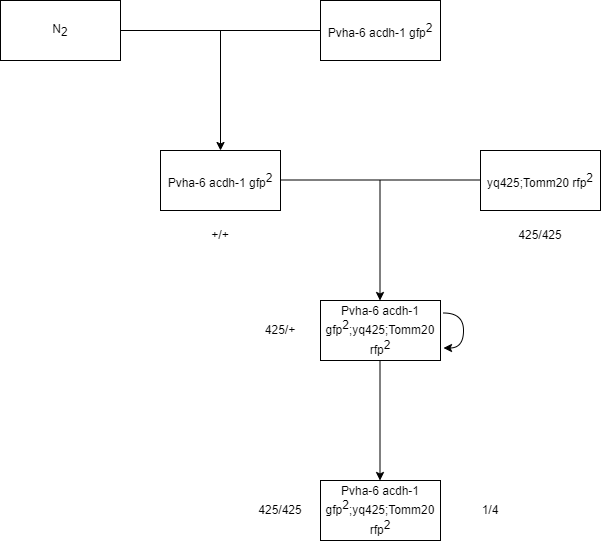
This is docs/biology/note/cross.drawio.png from YangguangZhou/note, a draw.io export, as it was before one commit. Source tidied: cells renumbered, new cells last; positions are measured from the earlier drawing's top-left corner, leaving out a move shared by most shapes. Its diagram source:
```xml
<mxGraphModel background="#FFFFFF">
  <root>
    <mxCell id="0" />
    <mxCell id="1" parent="0" />
    <mxCell id="2" value="N&lt;sub style=&quot;font-size: 12px;&quot;&gt;2&lt;/sub&gt;" style="rounded=0;whiteSpace=wrap;html=1;fillColor=none;strokeColor=#000000;fontColor=#000000;fontSize=12;" parent="1" vertex="1">
      <mxGeometry width="120" height="60" as="geometry" />
    </mxCell>
    <mxCell id="3" value="Pvha-6 acdh-1 gfp&lt;sup style=&quot;font-size: 12px;&quot;&gt;2&lt;/sup&gt;" style="rounded=0;whiteSpace=wrap;html=1;fillColor=none;strokeColor=#000000;fontColor=#000000;fontSize=12;" parent="1" vertex="1">
      <mxGeometry x="320" width="120" height="60" as="geometry" />
    </mxCell>
    <mxCell id="4" style="endArrow=none;html=1;entryX=0;entryY=0.5;entryDx=0;entryDy=0;exitX=1;exitY=0.5;exitDx=0;exitDy=0;fillColor=#f9f7ed;strokeColor=#000000;fontColor=#000000;fontSize=12;" parent="1" edge="1" source="2" target="3">
      <mxGeometry relative="1" as="geometry" />
    </mxCell>
    <mxCell id="5" style="endArrow=classic;html=1;fillColor=#f9f7ed;strokeColor=#000000;fontColor=#000000;fontSize=12;" parent="1" edge="1">
      <mxGeometry relative="1" as="geometry">
        <mxPoint x="220" y="30" as="sourcePoint" />
        <mxPoint x="220" y="150" as="targetPoint" />
      </mxGeometry>
    </mxCell>
    <mxCell id="6" value="&lt;span style=&quot;font-size: 12px;&quot;&gt;Pvha-6 acdh-1 gfp&lt;sup style=&quot;font-size: 12px;&quot;&gt;2&lt;/sup&gt;&lt;/span&gt;" style="rounded=0;whiteSpace=wrap;html=1;strokeColor=#000000;fontSize=12;fontColor=#000000;fillColor=none;" parent="1" vertex="1">
      <mxGeometry x="160" y="150" width="120" height="60" as="geometry" />
    </mxCell>
    <mxCell id="7" value="yq425;Tomm20 rfp&lt;sup style=&quot;font-size: 12px;&quot;&gt;2&lt;/sup&gt;" style="rounded=0;whiteSpace=wrap;html=1;strokeColor=#000000;fontSize=12;fontColor=#000000;fillColor=none;" parent="1" vertex="1">
      <mxGeometry x="480" y="150" width="120" height="60" as="geometry" />
    </mxCell>
    <mxCell id="8" style="endArrow=none;html=1;entryX=0;entryY=0.5;entryDx=0;entryDy=0;exitX=1;exitY=0.5;exitDx=0;exitDy=0;fillColor=#f9f7ed;strokeColor=#000000;fontColor=#000000;fontSize=12;" parent="1" edge="1">
      <mxGeometry relative="1" as="geometry">
        <mxPoint x="280" y="179.5" as="sourcePoint" />
        <mxPoint x="480" y="179.5" as="targetPoint" />
      </mxGeometry>
    </mxCell>
    <mxCell id="9" style="endArrow=classic;html=1;fillColor=#f9f7ed;strokeColor=#000000;fontColor=#000000;fontSize=12;" parent="1" edge="1">
      <mxGeometry relative="1" as="geometry">
        <mxPoint x="379.5" y="180" as="sourcePoint" />
        <mxPoint x="379.5" y="300" as="targetPoint" />
      </mxGeometry>
    </mxCell>
    <mxCell id="10" value="Pvha-6 acdh-1 gfp&lt;sup style=&quot;font-size: 12px;&quot;&gt;2&lt;/sup&gt;;yq425;Tomm20 rfp&lt;sup style=&quot;font-size: 12px;&quot;&gt;2&lt;/sup&gt;" style="rounded=0;whiteSpace=wrap;html=1;strokeColor=#000000;fontSize=12;fontColor=#000000;fillColor=none;" parent="1" vertex="1">
      <mxGeometry x="320" y="300" width="120" height="60" as="geometry" />
    </mxCell>
    <mxCell id="11" value="1/4" style="text;html=1;strokeColor=none;fillColor=none;align=center;verticalAlign=middle;whiteSpace=wrap;rounded=0;fontSize=12;fontColor=#000000;" parent="1" vertex="1">
      <mxGeometry x="460" y="495" width="60" height="30" as="geometry" />
    </mxCell>
    <mxCell id="12" style="curved=1;endArrow=classic;html=1;strokeColor=#000000;fontSize=12;fontColor=#000000;labelBorderColor=default;" parent="1" edge="1">
      <mxGeometry relative="1" as="geometry">
        <mxPoint x="443" y="312.5" as="sourcePoint" />
        <mxPoint x="443" y="347.5" as="targetPoint" />
        <Array as="points">
          <mxPoint x="463" y="312.5" />
          <mxPoint x="463" y="347.5" />
          <mxPoint x="443" y="347.5" />
        </Array>
      </mxGeometry>
    </mxCell>
    <mxCell id="13" value="+/+" style="text;html=1;strokeColor=none;fillColor=none;align=center;verticalAlign=middle;whiteSpace=wrap;rounded=0;fontSize=12;fontColor=#000000;" parent="1" vertex="1">
      <mxGeometry x="190" y="220" width="60" height="30" as="geometry" />
    </mxCell>
    <mxCell id="14" value="425/425" style="text;html=1;strokeColor=none;fillColor=none;align=center;verticalAlign=middle;whiteSpace=wrap;rounded=0;fontSize=12;fontColor=#000000;" parent="1" vertex="1">
      <mxGeometry x="510" y="220" width="60" height="30" as="geometry" />
    </mxCell>
    <mxCell id="15" value="425/+" style="text;html=1;strokeColor=none;fillColor=none;align=center;verticalAlign=middle;whiteSpace=wrap;rounded=0;fontSize=12;fontColor=#000000;" parent="1" vertex="1">
      <mxGeometry x="250" y="315" width="60" height="30" as="geometry" />
    </mxCell>
    <mxCell id="16" style="endArrow=classic;html=1;fillColor=#f9f7ed;strokeColor=#000000;fontColor=#000000;fontSize=12;" parent="1" edge="1">
      <mxGeometry relative="1" as="geometry">
        <mxPoint x="379.5" y="360" as="sourcePoint" />
        <mxPoint x="379.5" y="480" as="targetPoint" />
      </mxGeometry>
    </mxCell>
    <mxCell id="17" value="Pvha-6 acdh-1 gfp&lt;sup style=&quot;font-size: 12px;&quot;&gt;2&lt;/sup&gt;;yq425;Tomm20 rfp&lt;sup style=&quot;font-size: 12px;&quot;&gt;2&lt;/sup&gt;" style="rounded=0;whiteSpace=wrap;html=1;strokeColor=#000000;fontSize=12;fontColor=#000000;fillColor=none;" parent="1" vertex="1">
      <mxGeometry x="320" y="480" width="120" height="60" as="geometry" />
    </mxCell>
    <mxCell id="18" value="425/425" style="text;html=1;strokeColor=none;fillColor=none;align=center;verticalAlign=middle;whiteSpace=wrap;rounded=0;fontSize=12;fontColor=#000000;" parent="1" vertex="1">
      <mxGeometry x="250" y="495" width="60" height="30" as="geometry" />
    </mxCell>
  </root>
</mxGraphModel>
```
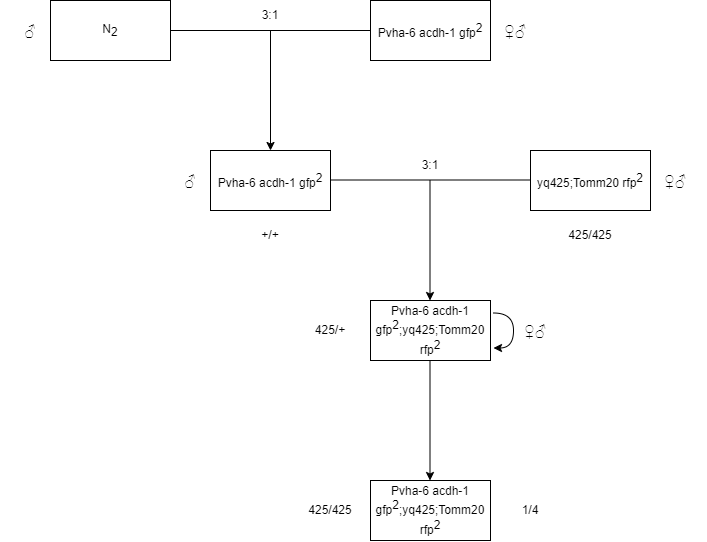
After the commit.

Diff of the diagram source:
```diff
@@ -39,7 +39,7 @@
       <mxGeometry x="320" y="300" width="120" height="60" as="geometry" />
     </mxCell>
     <mxCell id="11" value="1/4" style="text;html=1;strokeColor=none;fillColor=none;align=center;verticalAlign=middle;whiteSpace=wrap;rounded=0;fontSize=12;fontColor=#000000;" parent="1" vertex="1">
-      <mxGeometry x="460" y="495" width="60" height="30" as="geometry" />
+      <mxGeometry x="450" y="495" width="60" height="30" as="geometry" />
     </mxCell>
     <mxCell id="12" style="curved=1;endArrow=classic;html=1;strokeColor=#000000;fontSize=12;fontColor=#000000;labelBorderColor=default;" parent="1" edge="1">
       <mxGeometry relative="1" as="geometry">
@@ -73,5 +73,26 @@
     <mxCell id="18" value="425/425" style="text;html=1;strokeColor=none;fillColor=none;align=center;verticalAlign=middle;whiteSpace=wrap;rounded=0;fontSize=12;fontColor=#000000;" parent="1" vertex="1">
       <mxGeometry x="250" y="495" width="60" height="30" as="geometry" />
     </mxCell>
+    <mxCell id="19" value="♂" style="text;html=1;strokeColor=none;fillColor=none;align=center;verticalAlign=middle;whiteSpace=wrap;rounded=0;fontSize=15;fontColor=#000000;" parent="1" vertex="1">
+      <mxGeometry x="-50" y="15" width="60" height="30" as="geometry" />
+    </mxCell>
+    <mxCell id="20" value="♂" style="text;html=1;strokeColor=none;fillColor=none;align=center;verticalAlign=middle;whiteSpace=wrap;rounded=0;fontSize=15;fontColor=#000000;fontStyle=0;fontFamily=Helvetica;" parent="1" vertex="1">
+      <mxGeometry x="110" y="165" width="60" height="30" as="geometry" />
+    </mxCell>
+    <mxCell id="21" value="♀♂" style="text;html=1;strokeColor=none;fillColor=none;align=center;verticalAlign=middle;whiteSpace=wrap;rounded=0;fontSize=15;fontColor=#000000;" parent="1" vertex="1">
+      <mxGeometry x="435" y="15" width="60" height="30" as="geometry" />
+    </mxCell>
+    <mxCell id="22" value="♀♂" style="text;html=1;strokeColor=none;fillColor=none;align=center;verticalAlign=middle;whiteSpace=wrap;rounded=0;fontSize=15;fontColor=#000000;" parent="1" vertex="1">
+      <mxGeometry x="595" y="165" width="60" height="30" as="geometry" />
+    </mxCell>
+    <mxCell id="23" value="♀♂" style="text;html=1;strokeColor=none;fillColor=none;align=center;verticalAlign=middle;whiteSpace=wrap;rounded=0;fontSize=15;fontColor=#000000;" parent="1" vertex="1">
+      <mxGeometry x="455" y="315" width="60" height="30" as="geometry" />
+    </mxCell>
+    <mxCell id="24" value="3:1" style="text;html=1;strokeColor=none;fillColor=none;align=center;verticalAlign=middle;whiteSpace=wrap;rounded=0;fontSize=12;fontColor=#000000;" parent="1" vertex="1">
+      <mxGeometry x="190" width="60" height="30" as="geometry" />
+    </mxCell>
+    <mxCell id="25" value="3:1" style="text;html=1;strokeColor=none;fillColor=none;align=center;verticalAlign=middle;whiteSpace=wrap;rounded=0;fontSize=12;fontColor=#000000;" parent="1" vertex="1">
+      <mxGeometry x="350" y="150" width="60" height="30" as="geometry" />
+    </mxCell>
   </root>
 </mxGraphModel>
```
